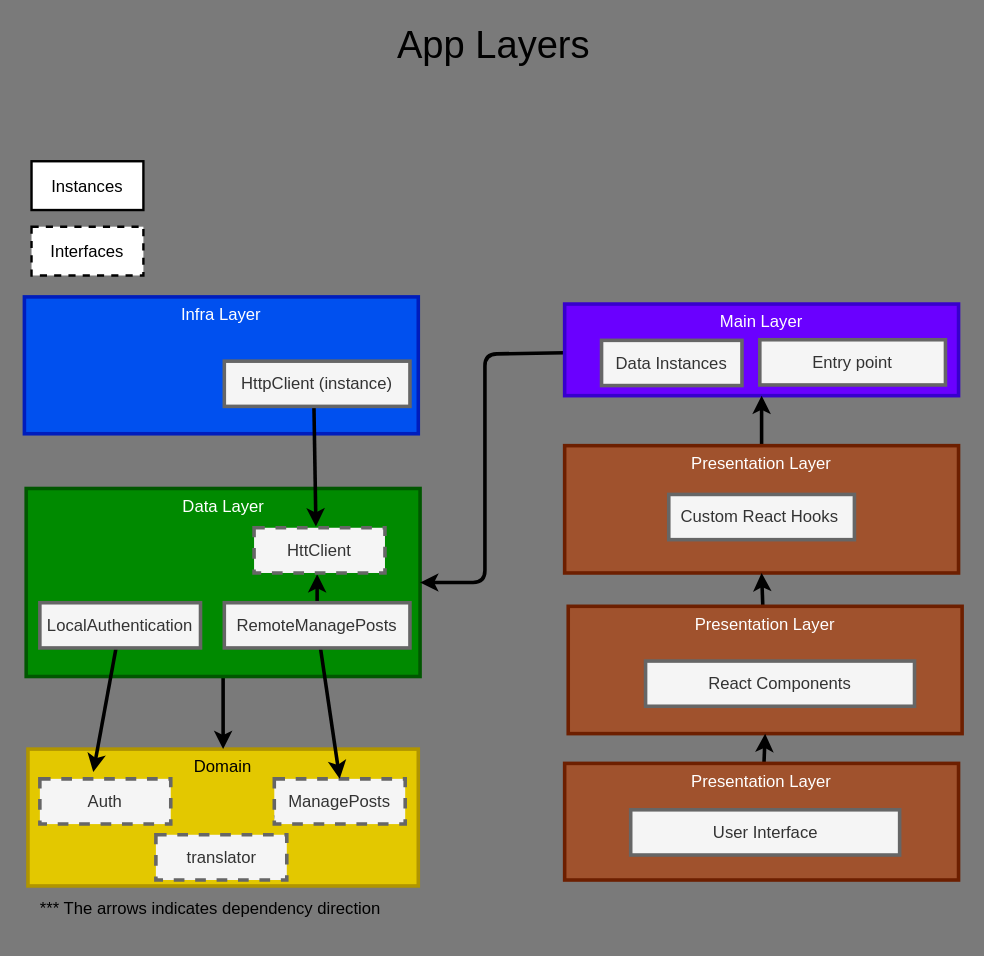
FelipeAnony/prueba-tecnica keeps this draw.io diagram as documentation/architecture/layers.drawio. Above is the earlier version. Source tidied: cells renumbered, new cells numbered last; positions are measured from the earlier drawing's top-left corner, leaving out a move shared by most shapes. Both pictures are drawn from the tidied source at 119%, with x=0, y=0 at pixel (24, 20).
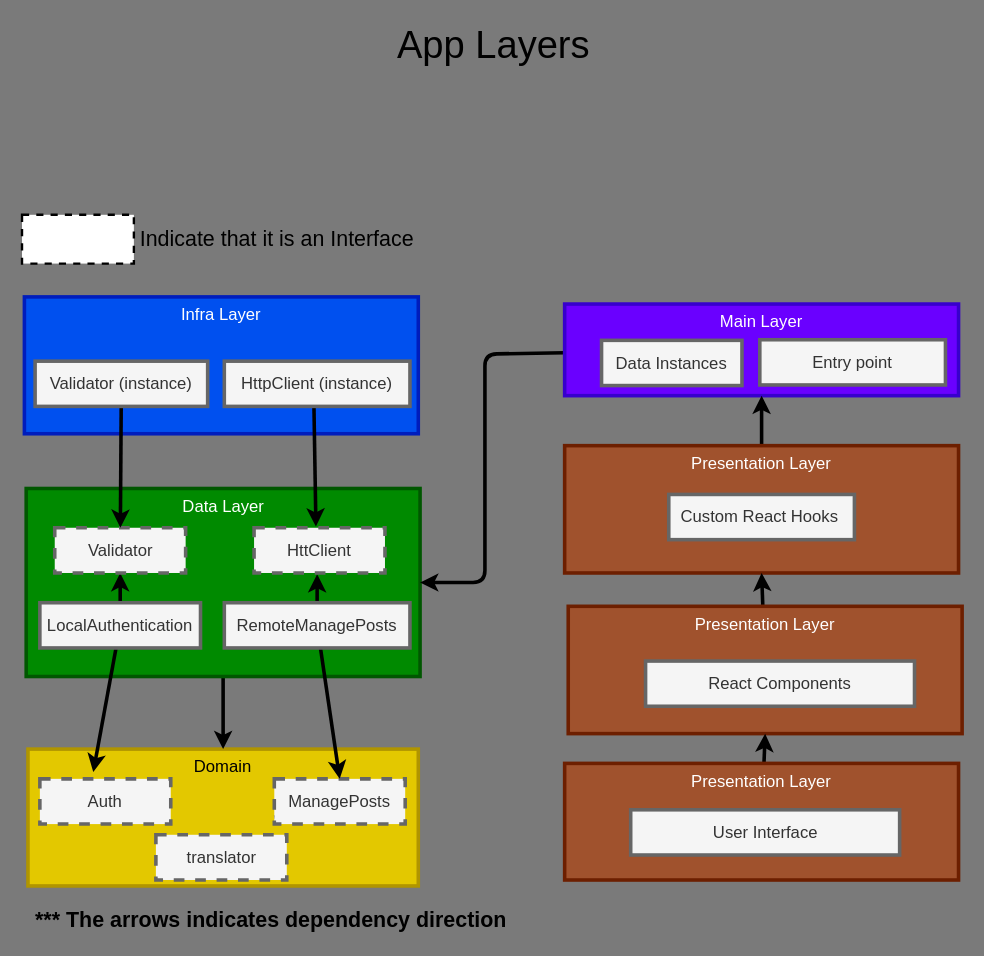
The same page after the edit.

Unchanged cells that the change refers to:
```xml
<mxCell id="4" style="group;strokeColor=none;strokeWidth=3;" parent="3" vertex="1">
  <mxGeometry y="114" width="788" height="495" as="geometry" />
</mxCell>
<mxCell id="12" value="LocalAuthentication" style="whiteSpace=wrap;html=1;fontSize=14;strokeWidth=3;fillColor=#f5f5f5;fontColor=#333333;strokeColor=#666666;" parent="4" vertex="1">
  <mxGeometry x="13" y="257" width="135" height="38" as="geometry" />
</mxCell>
```

Change to the diagram source:
```diff
@@
     <mxCell id="3" style="group;" parent="1" vertex="1">
-      <mxGeometry y="118" width="788" height="638" as="geometry" />
+      <mxGeometry y="118" width="788" height="648" as="geometry" />
     </mxCell>
@@
+    <mxCell id="37" style="edgeStyle=none;html=1;entryX=0.5;entryY=1;entryDx=0;entryDy=0;strokeWidth=3;" parent="4" edge="1" source="12" target="38">
+      <mxGeometry relative="1" as="geometry" />
+    </mxCell>
@@
+    <mxCell id="38" value="Validator" style="whiteSpace=wrap;html=1;fontSize=14;strokeWidth=3;dashed=1;fillColor=#f5f5f5;fontColor=#333333;strokeColor=#666666;" parent="4" vertex="1">
+      <mxGeometry x="25.5" y="194" width="110" height="38" as="geometry" />
+    </mxCell>
+    <mxCell id="39" style="edgeStyle=none;html=1;strokeWidth=3;" parent="4" edge="1" source="40" target="38">
+      <mxGeometry relative="1" as="geometry" />
+    </mxCell>
+    <mxCell id="40" value="Validator (instance)" style="whiteSpace=wrap;html=1;fontSize=14;strokeWidth=3;fillColor=#f5f5f5;fontColor=#333333;strokeColor=#666666;" parent="4" vertex="1">
+      <mxGeometry x="9" y="54" width="145" height="38" as="geometry" />
+    </mxCell>
-    <mxCell id="34" value="*** The arrows indicates dependency direction" style="text;html=1;align=center;verticalAlign=middle;strokeColor=none;fillColor=none;fontSize=14;strokeWidth=2;" parent="3" vertex="1">
-      <mxGeometry x="8" y="617" width="296" height="21" as="geometry" />
+    <mxCell id="34" value="*** The arrows indicates dependency direction" style="text;html=1;align=center;verticalAlign=middle;strokeColor=none;fillColor=none;fontSize=18;strokeWidth=2;fontStyle=1;" parent="3" vertex="1">
+      <mxGeometry x="4" y="625" width="406" height="26" as="geometry" />
     </mxCell>
-    <mxCell id="35" value="Instances" style="whiteSpace=wrap;html=1;fontSize=14;strokeWidth=2;" parent="3" vertex="1">
-      <mxGeometry x="6" width="94" height="41" as="geometry" />
-    </mxCell>
-    <mxCell id="36" value="Interfaces" style="whiteSpace=wrap;html=1;fontSize=14;strokeWidth=2;dashed=1;" parent="3" vertex="1">
-      <mxGeometry x="6" y="55" width="94" height="41" as="geometry" />
+    <mxCell id="36" style="whiteSpace=wrap;html=1;fontSize=14;strokeWidth=2;dashed=1;" parent="3" vertex="1">
+      <mxGeometry x="-2" y="45" width="94" height="41" as="geometry" />
     </mxCell>
+    <mxCell id="41" value="Indicate that it is an Interface" style="text;html=1;align=center;verticalAlign=middle;strokeColor=none;fillColor=none;fontSize=18;" parent="3" vertex="1">
+      <mxGeometry x="92" y="52.5" width="240" height="26" as="geometry" />
+    </mxCell>
```
